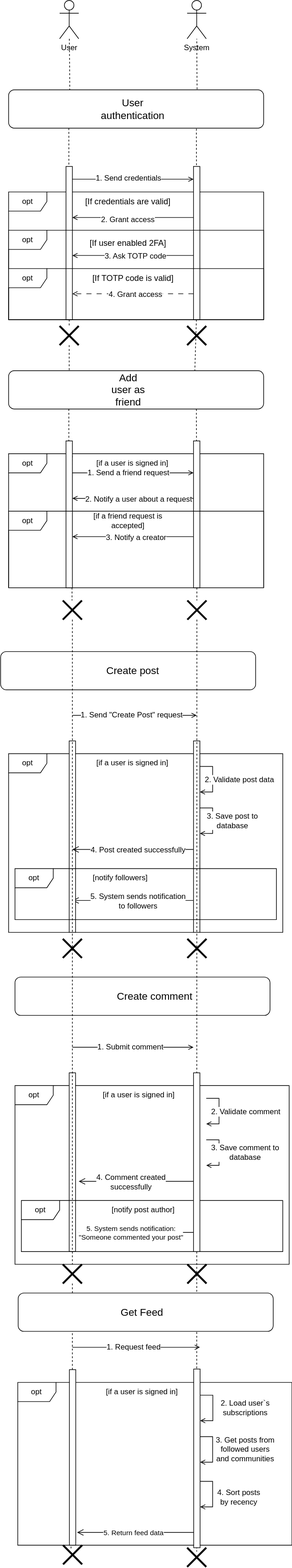
This is kpi/Sequence diagram/Graphic/Sequence diagram.svg from fakeowl1/microblog-api, a draw.io export, as it was before one commit. Source tidied: cells renumbered, new cells last; positions are measured from the earlier drawing's top-left corner, leaving out a move shared by most shapes.
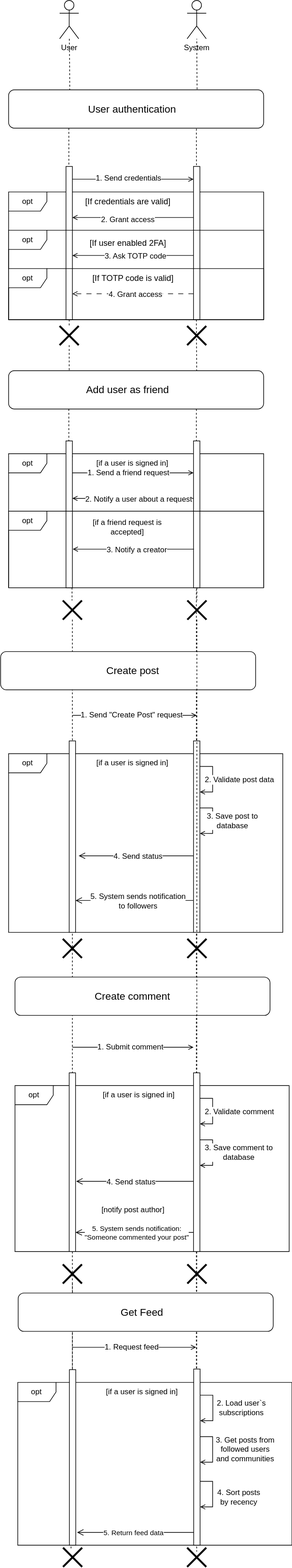
Later version of the same file.

The edit, as a diff of the source:
```diff
@@ -2,6 +2,9 @@
   <root>
     <mxCell id="0" />
     <mxCell id="1" parent="0" />
+    <mxCell id="114" style="endArrow=none;dashed=1;html=1;rounded=0;" parent="1" edge="1" source="109" target="98">
+      <mxGeometry relative="1" as="geometry" />
+    </mxCell>
     <mxCell id="2" style="edgeStyle=none;curved=0;rounded=0;orthogonalLoop=1;jettySize=auto;html=1;fontSize=12;startSize=8;endSize=8;endArrow=open;endFill=0;" parent="1" edge="1">
       <mxGeometry relative="1" as="geometry">
         <mxPoint x="302" y="2400" as="sourcePoint" />
@@ -11,12 +14,11 @@
         </Array>
       </mxGeometry>
     </mxCell>
-    <mxCell id="3" style="edgeStyle=none;curved=0;rounded=0;orthogonalLoop=1;jettySize=auto;html=1;fontSize=12;startSize=8;endSize=8;endArrow=open;endFill=0;" parent="1" edge="1">
+    <mxCell id="3" style="edgeStyle=none;curved=0;rounded=0;jettySize=auto;html=1;fontSize=12;startSize=8;endSize=8;endArrow=open;endFill=0;" parent="1" edge="1" source="59">
       <mxGeometry relative="1" as="geometry">
-        <mxPoint x="312" y="1410" as="sourcePoint" />
-        <mxPoint x="112" y="1410" as="targetPoint" />
+        <mxPoint x="117" y="1410" as="targetPoint" />
         <Array as="points">
-          <mxPoint x="207" y="1410" />
+          <mxPoint x="212" y="1410" />
         </Array>
       </mxGeometry>
     </mxCell>
@@ -30,7 +32,7 @@
       <mxGeometry x="12" y="140" width="400" height="60" as="geometry" />
     </mxCell>
     <mxCell id="7" value="User authentication" style="text;html=1;whiteSpace=wrap;strokeColor=none;fillColor=none;align=center;verticalAlign=middle;rounded=0;fontSize=16;" parent="1" vertex="1">
-      <mxGeometry x="142" y="152.5" width="130" height="35" as="geometry" />
+      <mxGeometry x="115.8" y="152.5" width="180" height="35" as="geometry" />
     </mxCell>
     <mxCell id="8" style="endArrow=none;dashed=1;html=1;rounded=0;" parent="1" edge="1" source="4">
       <mxGeometry relative="1" as="geometry">
@@ -125,26 +127,26 @@
         <mxPoint x="107" y="630" as="targetPoint" />
       </mxGeometry>
     </mxCell>
-    <mxCell id="31" style="endArrow=none;dashed=1;html=1;rounded=0;entryX=0.73;entryY=0.05;entryDx=0;entryDy=0;entryPerimeter=0;" parent="1" edge="1" target="32">
+    <mxCell id="31" style="endArrow=none;dashed=1;html=1;rounded=0;" parent="1" edge="1">
       <mxGeometry relative="1" as="geometry">
         <mxPoint x="306.5" y="500" as="sourcePoint" />
+        <mxPoint x="307" y="580" as="targetPoint" />
       </mxGeometry>
     </mxCell>
     <mxCell id="32" style="rounded=1;whiteSpace=wrap;html=1;" parent="1" vertex="1">
       <mxGeometry x="12" y="580" width="400" height="60" as="geometry" />
     </mxCell>
     <mxCell id="33" value="Add user as friend" style="text;html=1;whiteSpace=wrap;strokeColor=none;fillColor=none;align=center;verticalAlign=middle;rounded=0;fontSize=16;" parent="1" vertex="1">
-      <mxGeometry x="169.5" y="595" width="60" height="30" as="geometry" />
+      <mxGeometry x="115.8" y="595" width="166.2" height="30" as="geometry" />
     </mxCell>
     <mxCell id="34" style="endArrow=none;dashed=1;html=1;rounded=0;exitX=0.25;exitY=1;exitDx=0;exitDy=0;" parent="1" edge="1" source="40">
       <mxGeometry relative="1" as="geometry">
         <mxPoint x="112" y="710" as="targetPoint" />
       </mxGeometry>
     </mxCell>
-    <mxCell id="35" style="endArrow=none;dashed=1;html=1;rounded=0;exitX=0.25;exitY=1;exitDx=0;exitDy=0;" parent="1" edge="1">
+    <mxCell id="35" style="endArrow=none;dashed=1;html=1;rounded=0;exitX=0.25;exitY=1;exitDx=0;exitDy=0;" parent="1" edge="1" target="100">
       <mxGeometry relative="1" as="geometry">
         <mxPoint x="306.5" y="640" as="sourcePoint" />
-        <mxPoint x="307" y="740" as="targetPoint" />
       </mxGeometry>
     </mxCell>
     <mxCell id="36" value="opt" style="shape=umlFrame;whiteSpace=wrap;html=1;" parent="1" vertex="1">
@@ -196,12 +198,12 @@
       <mxGeometry x="12" y="800" width="400" height="120" as="geometry" />
     </mxCell>
     <mxCell id="49" value="[if a friend request is accepted]" style="text;html=1;whiteSpace=wrap;strokeColor=none;fillColor=none;align=center;verticalAlign=middle;rounded=0;" parent="1" vertex="1">
-      <mxGeometry x="133.9" y="800" width="131.2" height="30" as="geometry" />
+      <mxGeometry x="133.2" y="810" width="131.2" height="30" as="geometry" />
     </mxCell>
     <mxCell id="50" style="edgeStyle=orthogonalEdgeStyle;rounded=0;orthogonalLoop=1;jettySize=auto;html=1;curved=0;endArrow=open;endFill=0;" parent="1" edge="1">
       <mxGeometry relative="1" as="geometry">
-        <mxPoint x="302" y="840" as="sourcePoint" />
-        <mxPoint x="112" y="840" as="targetPoint" />
+        <mxPoint x="302.6" y="859.6" as="sourcePoint" />
+        <mxPoint x="112.6" y="859.6" as="targetPoint" />
       </mxGeometry>
     </mxCell>
     <mxCell id="51" value="3. Notify a creator" style="edgeLabel;html=1;align=center;verticalAlign=middle;fontSize=12;" parent="50" vertex="1">
@@ -231,11 +233,12 @@
     <mxCell id="57" style="html=1;points=[[0,0,0,0,5],[0,1,0,0,-5],[1,0,0,0,5],[1,1,0,0,-5]];perimeter=orthogonalPerimeter;outlineConnect=0;targetShapes=umlLifeline;portConstraint=eastwest;newEdgeStyle={&quot;curved&quot;:0,&quot;rounded&quot;:0};" parent="1" vertex="1">
       <mxGeometry x="107" y="1160" width="10" height="300" as="geometry" />
     </mxCell>
-    <mxCell id="58" style="edgeStyle=none;curved=0;rounded=0;jettySize=auto;html=1;fontSize=12;startSize=8;endSize=8;endArrow=open;endFill=0;" parent="1" edge="1" source="59">
+    <mxCell id="58" style="edgeStyle=none;curved=0;rounded=0;orthogonalLoop=1;jettySize=auto;html=1;fontSize=12;startSize=8;endSize=8;endArrow=open;endFill=0;" parent="1" edge="1">
       <mxGeometry relative="1" as="geometry">
-        <mxPoint x="112" y="1330" as="targetPoint" />
+        <mxPoint x="302.4" y="1340" as="sourcePoint" />
+        <mxPoint x="122" y="1340" as="targetPoint" />
         <Array as="points">
-          <mxPoint x="212" y="1330" />
+          <mxPoint x="212.4" y="1340" />
         </Array>
       </mxGeometry>
     </mxCell>
@@ -245,9 +248,6 @@
     <mxCell id="60" value="[if a user is signed in]" style="text;html=1;whiteSpace=wrap;strokeColor=none;fillColor=none;align=center;verticalAlign=middle;rounded=0;" parent="1" vertex="1">
       <mxGeometry x="141.4" y="1180" width="131.2" height="30" as="geometry" />
     </mxCell>
-    <mxCell id="61" value="opt" style="shape=umlFrame;whiteSpace=wrap;html=1;" parent="1" vertex="1">
-      <mxGeometry x="22" y="1360" width="410" height="80" as="geometry" />
-    </mxCell>
     <mxCell id="62" style="edgeStyle=orthogonalEdgeStyle;rounded=0;orthogonalLoop=1;jettySize=auto;html=1;curved=0;endArrow=open;endFill=0;" parent="1" edge="1">
       <mxGeometry relative="1" as="geometry">
         <mxPoint x="112" y="1120" as="sourcePoint" />
@@ -263,9 +263,9 @@
         <mxPoint x="3" as="offset" />
       </mxGeometry>
     </mxCell>
-    <mxCell id="64" value="4. Post created successfully" style="edgeLabel;html=1;align=center;verticalAlign=middle;fontSize=12;" parent="62" vertex="1">
+    <mxCell id="64" value="4. Send status" style="edgeLabel;html=1;align=center;verticalAlign=middle;fontSize=12;" parent="62" vertex="1">
       <mxGeometry x="-0.08" y="1" relative="1" as="geometry">
-        <mxPoint x="13" y="211" as="offset" />
+        <mxPoint x="13" y="221" as="offset" />
       </mxGeometry>
     </mxCell>
     <mxCell id="65" value="5. System sends notification&lt;div&gt;to followers&lt;/div&gt;" style="edgeLabel;html=1;align=center;verticalAlign=middle;fontSize=12;" parent="62" vertex="1">
@@ -303,14 +303,11 @@
         <mxPoint x="29" y="3" as="offset" />
       </mxGeometry>
     </mxCell>
-    <mxCell id="70" value="[notify followers]" style="text;html=1;whiteSpace=wrap;strokeColor=none;fillColor=none;align=center;verticalAlign=middle;rounded=0;" parent="1" vertex="1">
-      <mxGeometry x="122" y="1360" width="131.2" height="30" as="geometry" />
-    </mxCell>
     <mxCell id="71" style="edgeStyle=none;curved=0;rounded=0;jettySize=auto;html=1;fontSize=12;startSize=8;endSize=8;endArrow=open;endFill=0;" parent="1" edge="1" source="91">
       <mxGeometry relative="1" as="geometry">
-        <mxPoint x="122" y="1930" as="targetPoint" />
+        <mxPoint x="117" y="1930" as="targetPoint" />
         <Array as="points">
-          <mxPoint x="217" y="1930" />
+          <mxPoint x="212" y="1930" />
         </Array>
       </mxGeometry>
     </mxCell>
@@ -319,9 +316,9 @@
     </mxCell>
     <mxCell id="73" style="edgeStyle=none;curved=0;rounded=0;jettySize=auto;html=1;fontSize=12;startSize=8;endSize=8;endArrow=open;endFill=0;" parent="1" edge="1" source="91">
       <mxGeometry relative="1" as="geometry">
-        <mxPoint x="122" y="1850" as="targetPoint" />
+        <mxPoint x="118" y="1850" as="targetPoint" />
         <Array as="points">
-          <mxPoint x="222" y="1850" />
+          <mxPoint x="218" y="1850" />
         </Array>
       </mxGeometry>
     </mxCell>
@@ -340,14 +337,14 @@
         <mxPoint x="3" as="offset" />
       </mxGeometry>
     </mxCell>
-    <mxCell id="76" value="4. Comment created&lt;div&gt;successfully&lt;/div&gt;" style="edgeLabel;html=1;align=center;verticalAlign=middle;fontSize=12;" parent="74" vertex="1">
+    <mxCell id="76" value="4.&amp;nbsp;Send status" style="edgeLabel;html=1;align=center;verticalAlign=middle;fontSize=12;" parent="74" vertex="1">
       <mxGeometry x="-0.08" y="1" relative="1" as="geometry">
         <mxPoint x="4" y="211" as="offset" />
       </mxGeometry>
     </mxCell>
     <mxCell id="77" value="5. System sends notification:&lt;div&gt;&quot;Someone commented your post&quot;&lt;/div&gt;" style="edgeLabel;html=1;align=center;verticalAlign=middle;fontSize=11;" parent="74" vertex="1">
       <mxGeometry x="-0.08" y="1" relative="1" as="geometry">
-        <mxPoint x="4" y="291" as="offset" />
+        <mxPoint x="13" y="291" as="offset" />
       </mxGeometry>
     </mxCell>
     <mxCell id="78" value="5. Return feed data" style="edgeLabel;html=1;align=center;verticalAlign=middle;fontSize=11;" parent="74" vertex="1">
@@ -357,11 +354,11 @@
     </mxCell>
     <mxCell id="79" style="edgeStyle=orthogonalEdgeStyle;rounded=0;orthogonalLoop=1;jettySize=auto;html=1;curved=0;endArrow=open;endFill=0;" parent="1" edge="1">
       <mxGeometry relative="1" as="geometry">
-        <mxPoint x="322" y="1720" as="sourcePoint" />
-        <mxPoint x="322" y="1760" as="targetPoint" />
+        <mxPoint x="312" y="1720" as="sourcePoint" />
+        <mxPoint x="312" y="1760" as="targetPoint" />
         <Array as="points">
-          <mxPoint x="342" y="1720" />
-          <mxPoint x="342" y="1760" />
+          <mxPoint x="332" y="1720" />
+          <mxPoint x="332" y="1760" />
         </Array>
       </mxGeometry>
     </mxCell>
@@ -372,11 +369,11 @@
     </mxCell>
     <mxCell id="81" style="edgeStyle=orthogonalEdgeStyle;rounded=0;orthogonalLoop=1;jettySize=auto;html=1;curved=0;endArrow=open;endFill=0;" parent="1" edge="1">
       <mxGeometry relative="1" as="geometry">
-        <mxPoint x="322" y="1785" as="sourcePoint" />
-        <mxPoint x="322" y="1825" as="targetPoint" />
+        <mxPoint x="312" y="1785" as="sourcePoint" />
+        <mxPoint x="312" y="1825" as="targetPoint" />
         <Array as="points">
-          <mxPoint x="342" y="1785" />
-          <mxPoint x="342" y="1825" />
+          <mxPoint x="332" y="1785" />
+          <mxPoint x="332" y="1825" />
         </Array>
       </mxGeometry>
     </mxCell>
@@ -389,10 +386,10 @@
       <mxGeometry x="22" y="1530" width="400" height="60" as="geometry" />
     </mxCell>
     <mxCell id="84" value="Create comment" style="text;html=1;whiteSpace=wrap;strokeColor=none;fillColor=none;align=center;verticalAlign=middle;rounded=0;fontSize=16;" parent="1" vertex="1">
-      <mxGeometry x="180.7" y="1545" width="121.3" height="30" as="geometry" />
+      <mxGeometry x="146.4" y="1545" width="121.3" height="30" as="geometry" />
     </mxCell>
     <mxCell id="85" value="opt" style="shape=umlFrame;whiteSpace=wrap;html=1;" parent="1" vertex="1">
-      <mxGeometry x="22" y="1700" width="430" height="280" as="geometry" />
+      <mxGeometry x="22" y="1700" width="430" height="260" as="geometry" />
     </mxCell>
     <mxCell id="86" style="html=1;points=[[0,0,0,0,5],[0,1,0,0,-5],[1,0,0,0,5],[1,1,0,0,-5]];perimeter=orthogonalPerimeter;outlineConnect=0;targetShapes=umlLifeline;portConstraint=eastwest;newEdgeStyle={&quot;curved&quot;:0,&quot;rounded&quot;:0};" parent="1" vertex="1">
       <mxGeometry x="107" y="1680" width="10" height="280" as="geometry" />
@@ -400,11 +397,8 @@
     <mxCell id="87" value="[if a user is signed in]" style="text;html=1;whiteSpace=wrap;strokeColor=none;fillColor=none;align=center;verticalAlign=middle;rounded=0;" parent="1" vertex="1">
       <mxGeometry x="151.4" y="1700" width="131.2" height="30" as="geometry" />
     </mxCell>
-    <mxCell id="88" value="opt" style="shape=umlFrame;whiteSpace=wrap;html=1;" parent="1" vertex="1">
-      <mxGeometry x="32" y="1880" width="410" height="80" as="geometry" />
-    </mxCell>
     <mxCell id="89" value="[notify post author]" style="text;html=1;whiteSpace=wrap;strokeColor=none;fillColor=none;align=center;verticalAlign=middle;rounded=0;" parent="1" vertex="1">
-      <mxGeometry x="158.2" y="1880" width="131.2" height="30" as="geometry" />
+      <mxGeometry x="142" y="1880" width="131.2" height="30" as="geometry" />
     </mxCell>
     <mxCell id="90" style="endArrow=none;dashed=1;html=1;rounded=0;" parent="1" edge="1" source="111">
       <mxGeometry relative="1" as="geometry">
@@ -431,7 +425,7 @@
     </mxCell>
     <mxCell id="94" value="2. Load user`s&lt;div&gt;subscriptions&lt;/div&gt;" style="edgeLabel;html=1;align=center;verticalAlign=middle;fontSize=12;" parent="93" vertex="1">
       <mxGeometry x="-0.08" y="1" relative="1" as="geometry">
-        <mxPoint x="49" y="3" as="offset" />
+        <mxPoint x="43" y="3" as="offset" />
       </mxGeometry>
     </mxCell>
     <mxCell id="95" style="edgeStyle=orthogonalEdgeStyle;rounded=0;orthogonalLoop=1;jettySize=auto;html=1;curved=0;endArrow=open;endFill=0;" parent="1" edge="1">
@@ -459,7 +453,7 @@
       <mxGeometry x="155.7" y="2165" width="131.2" height="30" as="geometry" />
     </mxCell>
     <mxCell id="100" style="html=1;points=[[0,0,0,0,5],[0,1,0,0,-5],[1,0,0,0,5],[1,1,0,0,-5]];perimeter=orthogonalPerimeter;outlineConnect=0;targetShapes=umlLifeline;portConstraint=eastwest;newEdgeStyle={&quot;curved&quot;:0,&quot;rounded&quot;:0};" parent="1" vertex="1">
-      <mxGeometry x="302.4" y="2144" width="10" height="280" as="geometry" />
+      <mxGeometry x="302.4" y="2144" width="10" height="276" as="geometry" />
     </mxCell>
     <mxCell id="101" style="edgeStyle=none;curved=0;rounded=0;orthogonalLoop=1;jettySize=auto;html=1;exitX=1;exitY=0;exitDx=0;exitDy=5;exitPerimeter=0;fontSize=12;startSize=8;endSize=8;" parent="1" edge="1">
       <mxGeometry relative="1" as="geometry">
@@ -476,10 +470,10 @@
     <mxCell id="104" style="edgeStyle=orthogonalEdgeStyle;rounded=0;orthogonalLoop=1;jettySize=auto;html=1;curved=0;endArrow=open;endFill=0;" parent="1" edge="1">
       <mxGeometry relative="1" as="geometry">
         <mxPoint x="112" y="2110" as="sourcePoint" />
-        <mxPoint x="312" y="2110" as="targetPoint" />
+        <mxPoint x="306" y="2110" as="targetPoint" />
         <Array as="points">
-          <mxPoint x="252" y="2110" />
-          <mxPoint x="252" y="2110" />
+          <mxPoint x="256" y="2110" />
+          <mxPoint x="256" y="2110" />
         </Array>
       </mxGeometry>
     </mxCell>
@@ -521,9 +515,6 @@
     <mxCell id="113" style="shape=umlDestroy;whiteSpace=wrap;html=1;strokeWidth=3;targetShapes=umlLifeline;" parent="1" vertex="1">
       <mxGeometry x="292.4" y="1470" width="30" height="30" as="geometry" />
     </mxCell>
-    <mxCell id="114" style="endArrow=none;dashed=1;html=1;rounded=0;" parent="1" edge="1" source="109" target="115">
-      <mxGeometry relative="1" as="geometry" />
-    </mxCell>
     <mxCell id="115" style="shape=umlDestroy;whiteSpace=wrap;html=1;strokeWidth=3;targetShapes=umlLifeline;" parent="1" vertex="1">
       <mxGeometry x="97" y="1980" width="30" height="30" as="geometry" />
     </mxCell>
@@ -531,7 +522,7 @@
       <mxGeometry x="292.4" y="1980" width="30" height="30" as="geometry" />
     </mxCell>
     <mxCell id="117" style="shape=umlDestroy;whiteSpace=wrap;html=1;strokeWidth=3;targetShapes=umlLifeline;" parent="1" vertex="1">
-      <mxGeometry x="97.4" y="2420" width="30" height="30" as="geometry" />
+      <mxGeometry x="97.4" y="2424" width="30" height="30" as="geometry" />
     </mxCell>
     <mxCell id="118" style="shape=umlDestroy;whiteSpace=wrap;html=1;strokeWidth=3;targetShapes=umlLifeline;" parent="1" vertex="1">
       <mxGeometry x="292" y="2424" width="30" height="30" as="geometry" />
```
